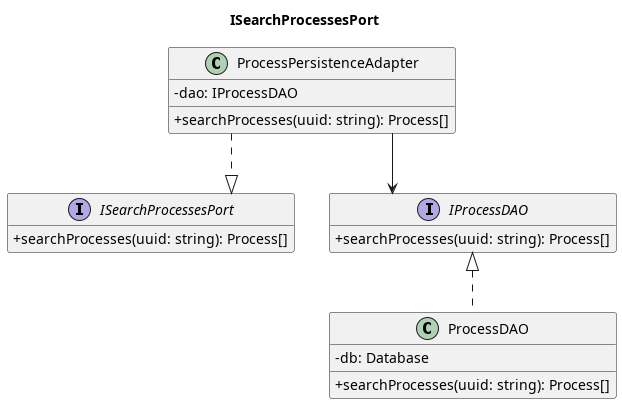
This is out/3_PB/DocumentiEsterni/DiagrammiSpecificaTecnica/C4/C4_backend_Search/C4_backend_Search-7.png from 7-ZPUs/Docs, a PlantUML export, as it was before one commit.
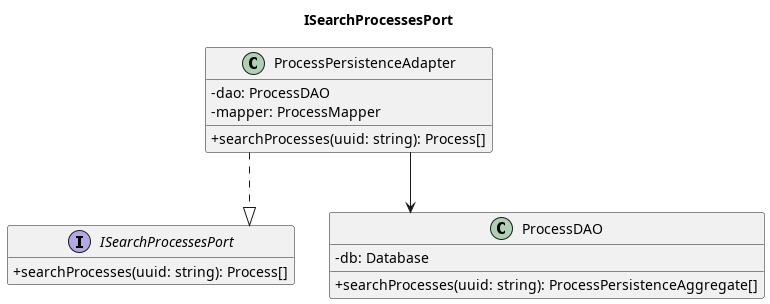
Later version of the same file.

What changed in the source:
```diff
@@ -9,20 +9,17 @@
     + searchProcesses(uuid: string): Process[]
 }
 class ProcessPersistenceAdapter {
-    - dao: IProcessDAO
+    - dao: ProcessDAO
+    - mapper: ProcessMapper
     + searchProcesses(uuid: string): Process[]
 }
 
-interface IProcessDAO {
-    + searchProcesses(uuid: string): Process[]
-}
-
-class ProcessDAO implements IProcessDAO {
+class ProcessDAO {
     - db: Database
-    + searchProcesses(uuid: string): Process[]
+    + searchProcesses(uuid: string): ProcessPersistenceAggregate[]
 }
 
 ProcessPersistenceAdapter ..|> ISearchProcessesPort
-ProcessPersistenceAdapter --> IProcessDAO
+ProcessPersistenceAdapter --> ProcessDAO
 
 @enduml
```
